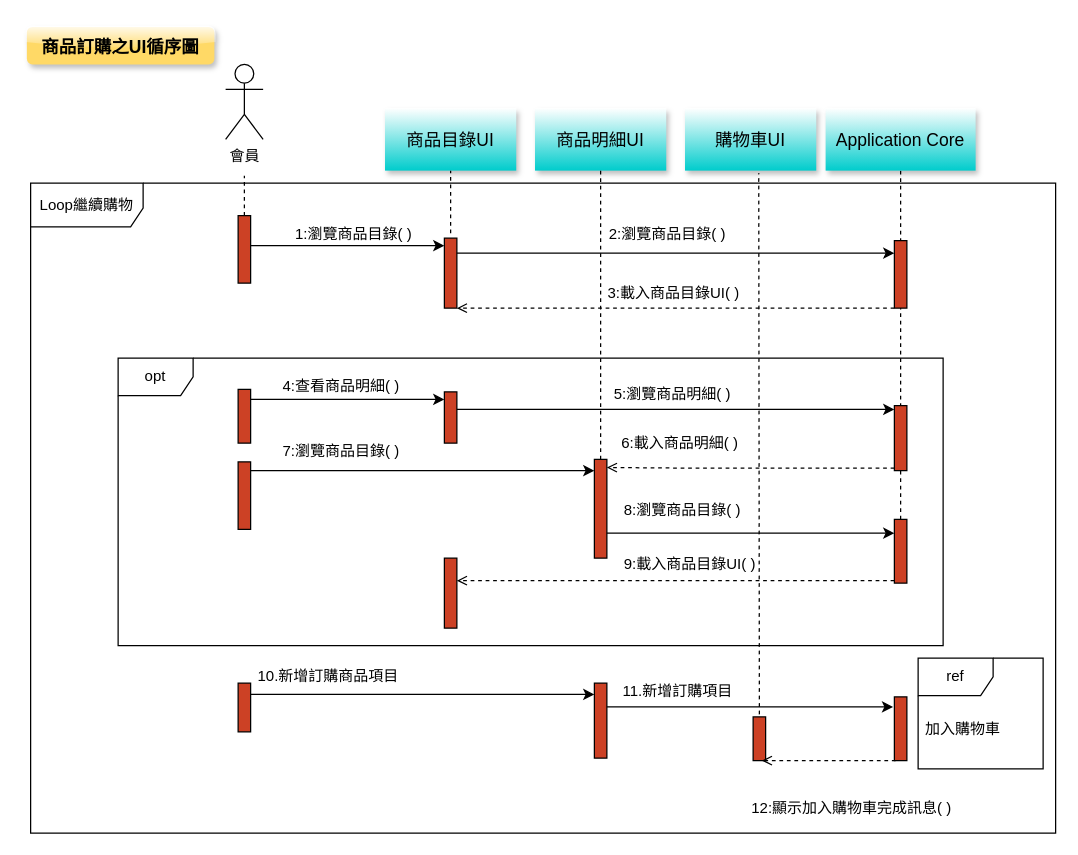
Earlier version of the draw.io diagram UI圖.drawio (odcs0320/blog). Source tidied: cells renumbered, new cells numbered last; positions are measured from the earlier drawing's top-left corner, leaving out a move shared by most shapes. Both pictures are drawn from the tidied source at 125%, with x=0, y=0 at pixel (26, 26).
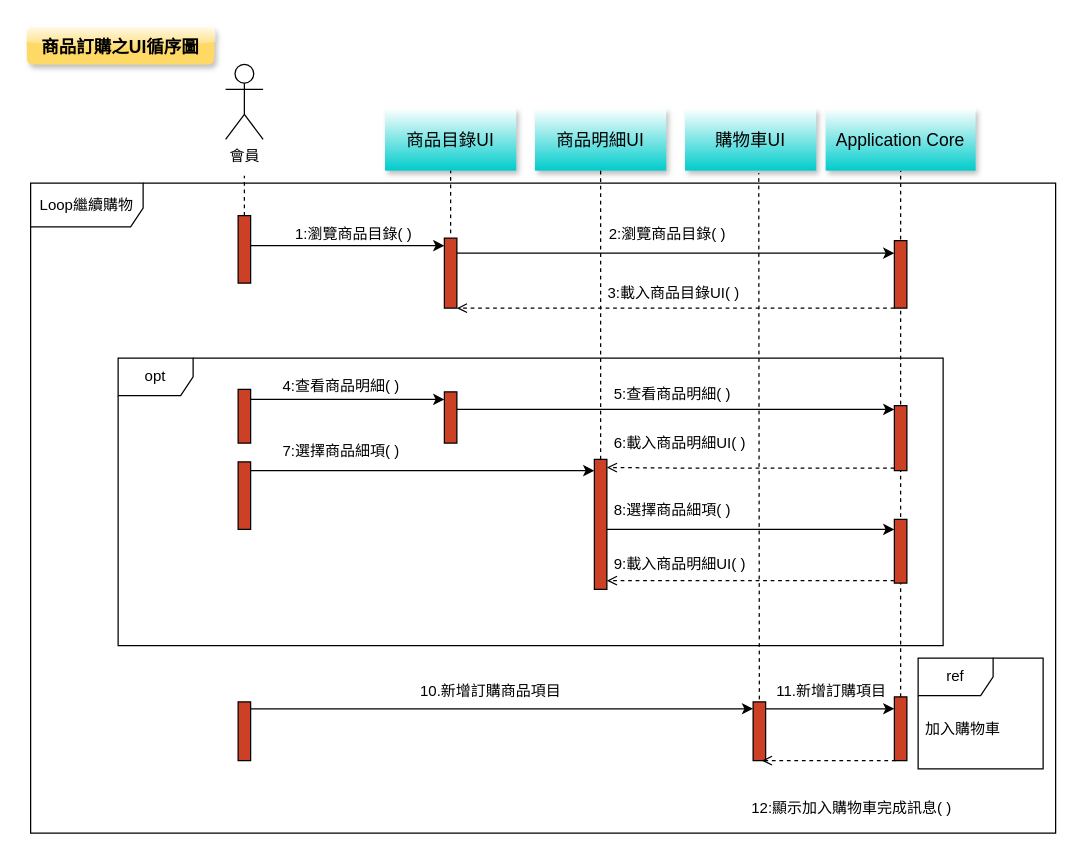
The same page after the edit.

Unchanged cells that the change refers to:
```xml
<mxCell id="26" style="html=1;points=[];perimeter=orthogonalPerimeter;outlineConnect=0;targetShapes=umlLifeline;portConstraint=eastwest;newEdgeStyle={&quot;edgeStyle&quot;:&quot;elbowEdgeStyle&quot;,&quot;elbow&quot;:&quot;vertical&quot;,&quot;curved&quot;:0,&quot;rounded&quot;:0};fillColor=#CC4125;" parent="1" vertex="1">
  <mxGeometry x="694" y="394" width="10" height="51" as="geometry" />
</mxCell>
<mxCell id="35" value="Application Core" style="shadow=1;fillColor=#FFFFFF;strokeColor=none;gradientColor=#00CCCC;fontSize=14;" parent="1" vertex="1">
  <mxGeometry x="639" y="65" width="120" height="50" as="geometry" />
</mxCell>
<mxCell id="46" style="html=1;points=[];perimeter=orthogonalPerimeter;outlineConnect=0;targetShapes=umlLifeline;portConstraint=eastwest;newEdgeStyle={&quot;edgeStyle&quot;:&quot;elbowEdgeStyle&quot;,&quot;elbow&quot;:&quot;vertical&quot;,&quot;curved&quot;:0,&quot;rounded&quot;:0};fillColor=#CC4125;" parent="1" vertex="1">
  <mxGeometry x="694" y="536" width="10" height="51" as="geometry" />
</mxCell>
```

Change to the diagram source:
```diff
@@
-    <mxCell id="3" style="html=1;verticalAlign=bottom;startArrow=none;endArrow=none;dashed=1;rounded=0;entryX=0.5;entryY=1;entryDx=0;entryDy=0;" parent="1" edge="1" source="26" target="35">
+    <mxCell id="3" style="html=1;verticalAlign=bottom;startArrow=none;endArrow=none;dashed=1;rounded=0;entryX=0.5;entryY=1;entryDx=0;entryDy=0;" parent="1" edge="1" source="46" target="35">
       <mxGeometry relative="1" as="geometry" />
     </mxCell>
@@
-    <mxCell id="21" value="5:瀏覽商品明細( )" style="text;strokeColor=none;fillColor=none;align=left;verticalAlign=middle;spacingLeft=4;spacingRight=4;overflow=hidden;whiteSpace=wrap;html=1;" parent="1" vertex="1">
+    <mxCell id="21" value="5:查看商品明細( )" style="text;strokeColor=none;fillColor=none;align=left;verticalAlign=middle;spacingLeft=4;spacingRight=4;overflow=hidden;whiteSpace=wrap;html=1;" parent="1" vertex="1">
       <mxGeometry x="464" y="279" width="110" height="30" as="geometry" />
     </mxCell>
     <mxCell id="22" style="html=1;points=[];perimeter=orthogonalPerimeter;outlineConnect=0;targetShapes=umlLifeline;portConstraint=eastwest;newEdgeStyle={&quot;edgeStyle&quot;:&quot;elbowEdgeStyle&quot;,&quot;elbow&quot;:&quot;vertical&quot;,&quot;curved&quot;:0,&quot;rounded&quot;:0};direction=west;fillColor=#CC4125;" parent="1" vertex="1">
-      <mxGeometry x="454" y="346" width="10" height="79" as="geometry" />
+      <mxGeometry x="454" y="346" width="10" height="104" as="geometry" />
     </mxCell>
@@
-    <mxCell id="24" value="6:載入商品明細( )" style="text;strokeColor=none;fillColor=none;align=left;verticalAlign=middle;spacingLeft=4;spacingRight=4;overflow=hidden;whiteSpace=wrap;html=1;" parent="1" vertex="1">
-      <mxGeometry x="470.2" y="318" width="110" height="30" as="geometry" />
+    <mxCell id="24" value="6:載入商品明細UI( )" style="text;strokeColor=none;fillColor=none;align=left;verticalAlign=middle;spacingLeft=4;spacingRight=4;overflow=hidden;whiteSpace=wrap;html=1;" parent="1" vertex="1">
+      <mxGeometry x="464" y="318" width="129.8" height="30" as="geometry" />
     </mxCell>
     <mxCell id="25" style="html=1;perimeter=orthogonalPerimeter;targetShapes=umlLifeline;newEdgeStyle={&quot;edgeStyle&quot;:&quot;elbowEdgeStyle&quot;,&quot;elbow&quot;:&quot;vertical&quot;,&quot;curved&quot;:0,&quot;rounded&quot;:0};fillColor=#CC4125;" parent="1" vertex="1">
-      <mxGeometry x="169" y="525" width="10" height="39" as="geometry" />
+      <mxGeometry x="169" y="540" width="10" height="47" as="geometry" />
     </mxCell>
@@
-    <mxCell id="27" style="endArrow=classic;endFill=1;endSize=6;html=1;rounded=0;" parent="1" edge="1">
+    <mxCell id="27" style="endArrow=classic;endFill=1;endSize=6;html=1;rounded=0;" parent="1" edge="1" target="53">
       <mxGeometry relative="1" as="geometry">
-        <mxPoint x="179" y="534" as="sourcePoint" />
-        <mxPoint x="454" y="534" as="targetPoint" />
+        <mxPoint x="179" y="545.5" as="sourcePoint" />
       </mxGeometry>
     </mxCell>
     <mxCell id="28" style="endArrow=classic;endFill=1;endSize=6;html=1;rounded=0;" parent="1" edge="1">
       <mxGeometry relative="1" as="geometry">
-        <mxPoint x="464" y="405" as="sourcePoint" />
-        <mxPoint x="694" y="405" as="targetPoint" />
+        <mxPoint x="464" y="402" as="sourcePoint" />
+        <mxPoint x="694" y="402" as="targetPoint" />
       </mxGeometry>
     </mxCell>
     <mxCell id="29" value="10.新增訂購商品項目" style="text;strokeColor=none;fillColor=none;align=left;verticalAlign=middle;spacingLeft=4;spacingRight=4;overflow=hidden;whiteSpace=wrap;html=1;" parent="1" vertex="1">
-      <mxGeometry x="179" y="505" width="124" height="30" as="geometry" />
+      <mxGeometry x="309" y="516.5" width="124" height="30" as="geometry" />
     </mxCell>
-    <mxCell id="30" value="8:瀏覽商品目錄( )" style="text;strokeColor=none;fillColor=none;align=left;verticalAlign=middle;spacingLeft=4;spacingRight=4;overflow=hidden;whiteSpace=wrap;html=1;" parent="1" vertex="1">
-      <mxGeometry x="471.5" y="372" width="180" height="30" as="geometry" />
+    <mxCell id="30" value="8:選擇商品細項( )" style="text;strokeColor=none;fillColor=none;align=left;verticalAlign=middle;spacingLeft=4;spacingRight=4;overflow=hidden;whiteSpace=wrap;html=1;" parent="1" vertex="1">
+      <mxGeometry x="464" y="372" width="180" height="30" as="geometry" />
     </mxCell>
@@
-    <mxCell id="39" style="endArrow=open;endFill=1;endSize=6;html=1;rounded=0;dashed=1;" parent="1" edge="1" target="41">
+    <mxCell id="39" style="endArrow=open;endFill=1;endSize=6;html=1;rounded=0;dashed=1;" parent="1" edge="1" target="22">
       <mxGeometry relative="1" as="geometry">
         <mxPoint x="694" y="443" as="sourcePoint" />
         <Array as="points">
           <mxPoint x="529" y="443" />
         </Array>
       </mxGeometry>
     </mxCell>
-    <mxCell id="40" value="9:載入商品目錄UI( )" style="text;strokeColor=none;fillColor=none;align=left;verticalAlign=middle;spacingLeft=4;spacingRight=4;overflow=hidden;whiteSpace=wrap;html=1;" parent="1" vertex="1">
-      <mxGeometry x="471.5" y="415" width="170" height="30" as="geometry" />
+    <mxCell id="40" value="9:載入商品明細UI( )" style="text;strokeColor=none;fillColor=none;align=left;verticalAlign=middle;spacingLeft=4;spacingRight=4;overflow=hidden;whiteSpace=wrap;html=1;" parent="1" vertex="1">
+      <mxGeometry x="464" y="415" width="170" height="30" as="geometry" />
     </mxCell>
-    <mxCell id="41" style="html=1;points=[];perimeter=orthogonalPerimeter;outlineConnect=0;targetShapes=umlLifeline;portConstraint=eastwest;newEdgeStyle={&quot;edgeStyle&quot;:&quot;elbowEdgeStyle&quot;,&quot;elbow&quot;:&quot;vertical&quot;,&quot;curved&quot;:0,&quot;rounded&quot;:0};fillColor=#CC4125;" parent="1" vertex="1">
-      <mxGeometry x="334" y="425" width="10" height="56" as="geometry" />
-    </mxCell>
@@
-    <mxCell id="43" value="7:瀏覽商品目錄( )" style="text;strokeColor=none;fillColor=none;align=left;verticalAlign=middle;spacingLeft=4;spacingRight=4;overflow=hidden;whiteSpace=wrap;html=1;" parent="1" vertex="1">
+    <mxCell id="43" value="7:選擇商品細項( )" style="text;strokeColor=none;fillColor=none;align=left;verticalAlign=middle;spacingLeft=4;spacingRight=4;overflow=hidden;whiteSpace=wrap;html=1;" parent="1" vertex="1">
       <mxGeometry x="199" y="325" width="110" height="30" as="geometry" />
     </mxCell>
@@
-    <mxCell id="45" style="html=1;perimeter=orthogonalPerimeter;targetShapes=umlLifeline;newEdgeStyle={&quot;edgeStyle&quot;:&quot;elbowEdgeStyle&quot;,&quot;elbow&quot;:&quot;vertical&quot;,&quot;curved&quot;:0,&quot;rounded&quot;:0};direction=west;fillColor=#CC4125;" parent="1" vertex="1">
-      <mxGeometry x="454" y="525" width="10" height="60" as="geometry" />
-    </mxCell>
@@
-    <mxCell id="47" style="endArrow=classic;endFill=1;endSize=6;html=1;rounded=0;" parent="1" edge="1">
+    <mxCell id="47" style="endArrow=classic;endFill=1;endSize=6;html=1;rounded=0;" parent="1" edge="1" target="46">
       <mxGeometry relative="1" as="geometry">
-        <mxPoint x="464" y="544" as="sourcePoint" />
-        <mxPoint x="693" y="544" as="targetPoint" />
+        <mxPoint x="591" y="545.5" as="sourcePoint" />
       </mxGeometry>
     </mxCell>
     <mxCell id="48" value="11.新增訂購項目" style="text;strokeColor=none;fillColor=none;align=left;verticalAlign=middle;spacingLeft=4;spacingRight=4;overflow=hidden;whiteSpace=wrap;html=1;" parent="1" vertex="1">
-      <mxGeometry x="471" y="516.5" width="110" height="30" as="geometry" />
+      <mxGeometry x="594" y="516.5" width="110" height="30" as="geometry" />
     </mxCell>
@@
     <mxCell id="53" style="html=1;points=[];perimeter=orthogonalPerimeter;outlineConnect=0;targetShapes=umlLifeline;portConstraint=eastwest;newEdgeStyle={&quot;edgeStyle&quot;:&quot;elbowEdgeStyle&quot;,&quot;elbow&quot;:&quot;vertical&quot;,&quot;curved&quot;:0,&quot;rounded&quot;:0};fillColor=#CC4125;" parent="1" vertex="1">
-      <mxGeometry x="581" y="552" width="10" height="35" as="geometry" />
+      <mxGeometry x="581" y="540" width="10" height="47" as="geometry" />
     </mxCell>
```
